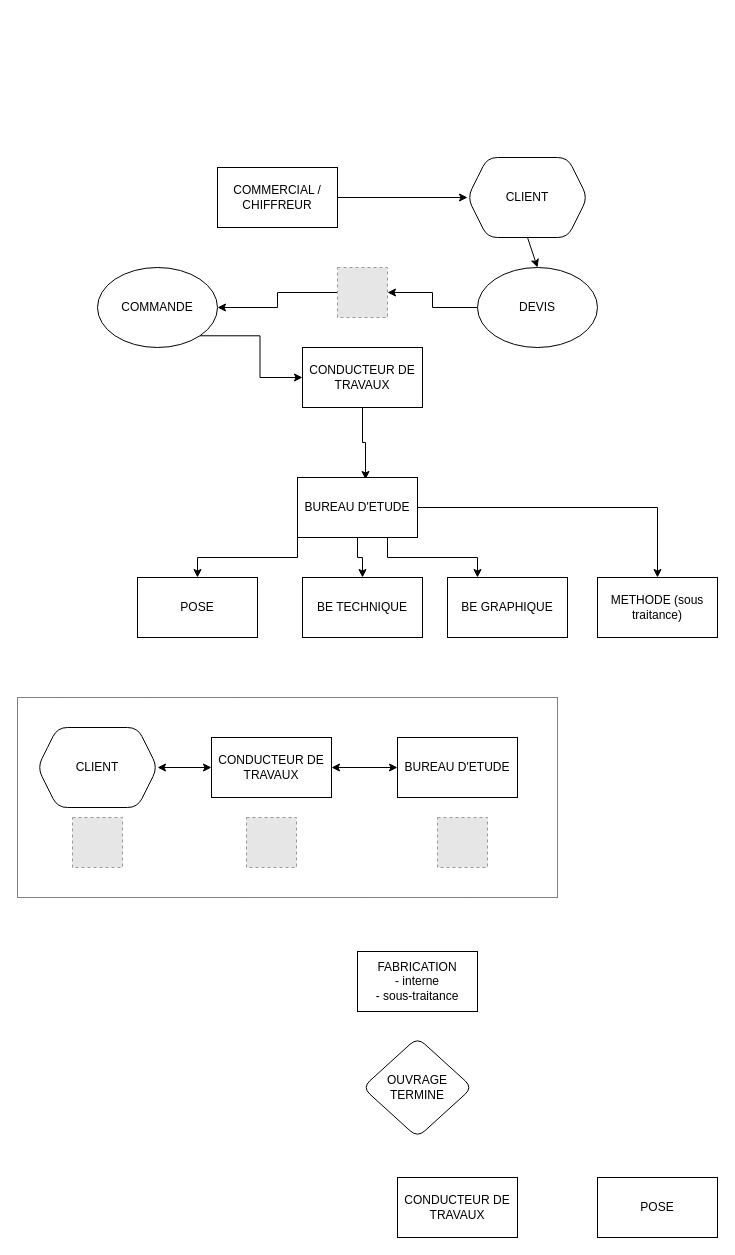
Above: app.drawio in Kajjabe/TEST (draw.io), before the change. Source tidied: cells renumbered, new cells numbered last; positions are measured from the earlier drawing's top-left corner, leaving out a move shared by most shapes. Both pictures are drawn from the tidied source at 100%, with x=0, y=0 at pixel (17, 157). Pictures stored in the file or linked from it are replaced by grey dashed boxes.
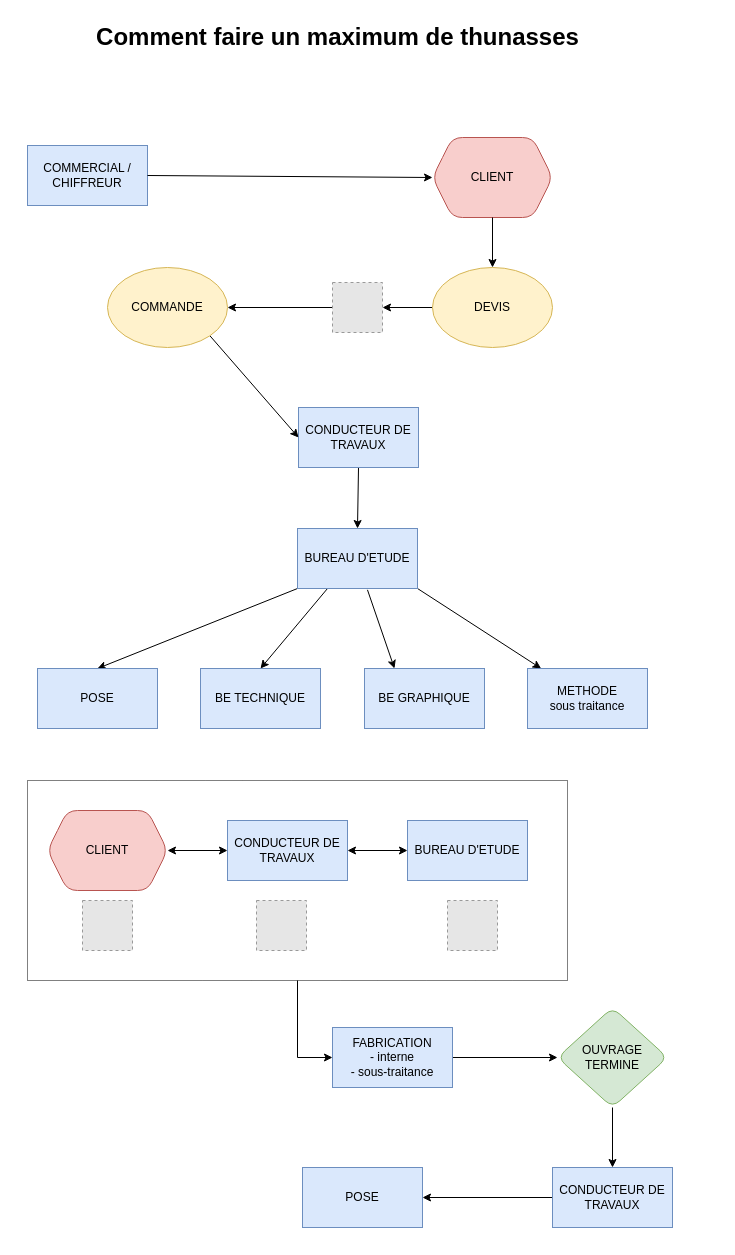
After the change.

Commit message (it also covers changes not shown here):
Mettre à jour app.drawio

What changed in the source:
```diff
@@
-    <mxCell id="2" value="COMMERCIAL / CHIFFREUR" style="rounded=0;whiteSpace=wrap;html=1;" parent="1" vertex="1">
-      <mxGeometry x="200" y="10" width="120" height="60" as="geometry" />
+    <mxCell id="2" value="COMMERCIAL / CHIFFREUR" style="rounded=0;whiteSpace=wrap;html=1;fillColor=#dae8fc;strokeColor=#6c8ebf;" parent="1" vertex="1">
+      <mxGeometry x="10" y="-12" width="120" height="60" as="geometry" />
     </mxCell>
-    <mxCell id="3" style="edgeStyle=orthogonalEdgeStyle;rounded=0;jettySize=auto;html=1;exitX=0;exitY=0.5;exitDx=0;exitDy=0;entryX=1;entryY=0.5;entryDx=0;entryDy=0;" parent="1" edge="1" source="4" target="14">
+    <mxCell id="3" style="rounded=0;jettySize=auto;html=1;exitX=0;exitY=0.5;exitDx=0;exitDy=0;entryX=1;entryY=0.5;entryDx=0;entryDy=0;" parent="1" edge="1" source="4" target="14">
       <mxGeometry relative="1" as="geometry" />
     </mxCell>
     <mxCell id="4" style="fillColor=#E6E6E6;strokeColor=#999999;dashed=1;html=1;verticalAlign=top;verticalLabelPosition=bottom;labelBackgroundColor=#ffffff;" parent="1" vertex="1">
-      <mxGeometry x="320" y="110" width="50" height="50" as="geometry" />
+      <mxGeometry x="315" y="125" width="50" height="50" as="geometry" />
     </mxCell>
-    <mxCell id="5" style="edgeStyle=orthogonalEdgeStyle;rounded=0;jettySize=auto;html=1;exitX=0.5;exitY=1;exitDx=0;exitDy=0;entryX=0.567;entryY=0.033;entryDx=0;entryDy=0;entryPerimeter=0;" parent="1" edge="1" source="6" target="11">
+    <mxCell id="5" style="edgeStyle=none;rounded=0;jettySize=auto;html=1;exitX=0.5;exitY=1;exitDx=0;exitDy=0;entryX=0.5;entryY=0;entryDx=0;entryDy=0;startArrow=none;startFill=0;endArrow=classic;endFill=1;" parent="1" edge="1" source="6" target="11">
       <mxGeometry relative="1" as="geometry" />
     </mxCell>
-    <mxCell id="6" value="CONDUCTEUR DE TRAVAUX" style="rounded=0;whiteSpace=wrap;html=1;" parent="1" vertex="1">
-      <mxGeometry x="285" y="190" width="120" height="60" as="geometry" />
+    <mxCell id="6" value="CONDUCTEUR DE TRAVAUX" style="rounded=0;whiteSpace=wrap;html=1;fillColor=#dae8fc;strokeColor=#6c8ebf;" parent="1" vertex="1">
+      <mxGeometry x="281" y="250" width="120" height="60" as="geometry" />
     </mxCell>
-    <mxCell id="7" style="edgeStyle=orthogonalEdgeStyle;rounded=0;jettySize=auto;html=1;exitX=0;exitY=1;exitDx=0;exitDy=0;entryX=0.5;entryY=0;entryDx=0;entryDy=0;" parent="1" edge="1" source="11" target="12">
+    <mxCell id="7" style="rounded=0;jettySize=auto;html=1;exitX=0;exitY=1;exitDx=0;exitDy=0;entryX=0.5;entryY=0;entryDx=0;entryDy=0;" parent="1" edge="1" source="11" target="12">
       <mxGeometry relative="1" as="geometry" />
     </mxCell>
-    <mxCell id="8" style="edgeStyle=orthogonalEdgeStyle;rounded=0;jettySize=auto;html=1;exitX=0.5;exitY=1;exitDx=0;exitDy=0;entryX=0.5;entryY=0;entryDx=0;entryDy=0;" parent="1" edge="1" source="11" target="18">
+    <mxCell id="8" style="rounded=0;jettySize=auto;html=1;exitX=0.25;exitY=1;exitDx=0;exitDy=0;entryX=0.5;entryY=0;entryDx=0;entryDy=0;" parent="1" edge="1" source="11" target="18">
       <mxGeometry relative="1" as="geometry" />
     </mxCell>
-    <mxCell id="9" style="edgeStyle=orthogonalEdgeStyle;rounded=0;jettySize=auto;html=1;exitX=0.75;exitY=1;exitDx=0;exitDy=0;entryX=0.25;entryY=0;entryDx=0;entryDy=0;" parent="1" edge="1" source="11" target="19">
+    <mxCell id="9" style="rounded=0;jettySize=auto;html=1;exitX=0.583;exitY=1.022;exitDx=0;exitDy=0;entryX=0.25;entryY=0;entryDx=0;entryDy=0;exitPerimeter=0;" parent="1" edge="1" source="11" target="19">
       <mxGeometry relative="1" as="geometry" />
     </mxCell>
-    <mxCell id="10" style="edgeStyle=orthogonalEdgeStyle;rounded=0;jettySize=auto;html=1;exitX=1;exitY=0.5;exitDx=0;exitDy=0;" parent="1" edge="1" source="11" target="20">
+    <mxCell id="10" style="rounded=0;jettySize=auto;html=1;exitX=1;exitY=1;exitDx=0;exitDy=0;" parent="1" edge="1" source="11" target="20">
       <mxGeometry relative="1" as="geometry" />
     </mxCell>
-    <mxCell id="11" value="BUREAU D'ETUDE" style="rounded=0;whiteSpace=wrap;html=1;" parent="1" vertex="1">
-      <mxGeometry x="280" y="320" width="120" height="60" as="geometry" />
+    <mxCell id="11" value="BUREAU D'ETUDE" style="rounded=0;whiteSpace=wrap;html=1;fillColor=#dae8fc;strokeColor=#6c8ebf;" parent="1" vertex="1">
+      <mxGeometry x="280" y="371" width="120" height="60" as="geometry" />
     </mxCell>
-    <mxCell id="12" value="POSE" style="rounded=0;whiteSpace=wrap;html=1;" parent="1" vertex="1">
-      <mxGeometry x="120" y="420" width="120" height="60" as="geometry" />
+    <mxCell id="12" value="POSE" style="rounded=0;whiteSpace=wrap;html=1;fillColor=#dae8fc;strokeColor=#6c8ebf;" parent="1" vertex="1">
+      <mxGeometry x="20" y="511" width="120" height="60" as="geometry" />
     </mxCell>
-    <mxCell id="13" style="edgeStyle=orthogonalEdgeStyle;rounded=0;jettySize=auto;html=1;exitX=1;exitY=1;exitDx=0;exitDy=0;entryX=0;entryY=0.5;entryDx=0;entryDy=0;" parent="1" edge="1" source="14" target="6">
+    <mxCell id="13" style="rounded=0;jettySize=auto;html=1;exitX=1;exitY=1;exitDx=0;exitDy=0;entryX=0;entryY=0.5;entryDx=0;entryDy=0;" parent="1" edge="1" source="14" target="6">
       <mxGeometry relative="1" as="geometry" />
     </mxCell>
-    <mxCell id="14" value="COMMANDE" style="ellipse;whiteSpace=wrap;html=1;rounded=1;glass=0;labelBorderColor=none;" parent="1" vertex="1">
-      <mxGeometry x="80" y="110" width="120" height="80" as="geometry" />
+    <mxCell id="14" value="COMMANDE" style="ellipse;whiteSpace=wrap;html=1;rounded=1;glass=0;labelBorderColor=none;fillColor=#fff2cc;strokeColor=#d6b656;" parent="1" vertex="1">
+      <mxGeometry x="90" y="110" width="120" height="80" as="geometry" />
     </mxCell>
-    <mxCell id="15" style="edgeStyle=orthogonalEdgeStyle;rounded=0;jettySize=auto;html=1;exitX=0;exitY=0.5;exitDx=0;exitDy=0;" parent="1" edge="1" source="16" target="4">
+    <mxCell id="15" style="rounded=0;jettySize=auto;html=1;exitX=0;exitY=0.5;exitDx=0;exitDy=0;" parent="1" edge="1" source="16" target="4">
       <mxGeometry relative="1" as="geometry" />
     </mxCell>
-    <mxCell id="16" value="DEVIS" style="ellipse;whiteSpace=wrap;html=1;rounded=1;glass=0;labelBorderColor=none;" parent="1" vertex="1">
-      <mxGeometry x="460" y="110" width="120" height="80" as="geometry" />
+    <mxCell id="16" value="DEVIS" style="ellipse;whiteSpace=wrap;html=1;rounded=1;glass=0;labelBorderColor=none;fillColor=#fff2cc;strokeColor=#d6b656;" parent="1" vertex="1">
+      <mxGeometry x="415" y="110" width="120" height="80" as="geometry" />
     </mxCell>
-    <mxCell id="17" value="CLIENT" style="shape=hexagon;perimeter=hexagonPerimeter2;whiteSpace=wrap;html=1;fixedSize=1;rounded=1;glass=0;labelBorderColor=none;" parent="1" vertex="1">
-      <mxGeometry x="450" width="120" height="80" as="geometry" />
+    <mxCell id="17" value="CLIENT" style="shape=hexagon;perimeter=hexagonPerimeter2;whiteSpace=wrap;html=1;fixedSize=1;rounded=1;glass=0;labelBorderColor=none;fillColor=#f8cecc;strokeColor=#b85450;" parent="1" vertex="1">
+      <mxGeometry x="415" y="-20" width="120" height="80" as="geometry" />
     </mxCell>
-    <mxCell id="18" value="BE TECHNIQUE" style="rounded=0;whiteSpace=wrap;html=1;" parent="1" vertex="1">
-      <mxGeometry x="285" y="420" width="120" height="60" as="geometry" />
+    <mxCell id="18" value="BE TECHNIQUE" style="rounded=0;whiteSpace=wrap;html=1;fillColor=#dae8fc;strokeColor=#6c8ebf;" parent="1" vertex="1">
+      <mxGeometry x="183" y="511" width="120" height="60" as="geometry" />
     </mxCell>
-    <mxCell id="19" value="BE GRAPHIQUE" style="rounded=0;whiteSpace=wrap;html=1;" parent="1" vertex="1">
-      <mxGeometry x="430" y="420" width="120" height="60" as="geometry" />
+    <mxCell id="19" value="BE GRAPHIQUE" style="rounded=0;whiteSpace=wrap;html=1;fillColor=#dae8fc;strokeColor=#6c8ebf;" parent="1" vertex="1">
+      <mxGeometry x="347" y="511" width="120" height="60" as="geometry" />
     </mxCell>
-    <mxCell id="20" value="METHODE (sous traitance)" style="rounded=0;whiteSpace=wrap;html=1;" parent="1" vertex="1">
-      <mxGeometry x="580" y="420" width="120" height="60" as="geometry" />
+    <mxCell id="20" value="METHODE &lt;br&gt;sous traitance" style="rounded=0;whiteSpace=wrap;html=1;fillColor=#dae8fc;strokeColor=#6c8ebf;" parent="1" vertex="1">
+      <mxGeometry x="510" y="511" width="120" height="60" as="geometry" />
     </mxCell>
     <mxCell id="21" style="swimlane;startSize=0;rounded=1;glass=0;labelBorderColor=none;html=0;dashed=1;dashPattern=1 1;" parent="1" vertex="1">
-      <mxGeometry y="540" width="540" height="200" as="geometry" />
+      <mxGeometry x="10" y="623" width="540" height="200" as="geometry" />
     </mxCell>
-    <mxCell id="22" value="CLIENT" style="shape=hexagon;perimeter=hexagonPerimeter2;whiteSpace=wrap;html=1;fixedSize=1;rounded=1;glass=0;labelBorderColor=none;" parent="21" vertex="1">
+    <mxCell id="22" value="CLIENT" style="shape=hexagon;perimeter=hexagonPerimeter2;whiteSpace=wrap;html=1;fixedSize=1;rounded=1;glass=0;labelBorderColor=none;fillColor=#f8cecc;strokeColor=#b85450;" parent="21" vertex="1">
       <mxGeometry x="20" y="30" width="120" height="80" as="geometry" />
     </mxCell>
@@
-    <mxCell id="25" value="CONDUCTEUR DE TRAVAUX" style="rounded=0;whiteSpace=wrap;html=1;" parent="21" vertex="1">
-      <mxGeometry x="194" y="40" width="120" height="60" as="geometry" />
+    <mxCell id="25" value="CONDUCTEUR DE TRAVAUX" style="rounded=0;whiteSpace=wrap;html=1;fillColor=#dae8fc;strokeColor=#6c8ebf;" parent="21" vertex="1">
+      <mxGeometry x="200" y="40" width="120" height="60" as="geometry" />
     </mxCell>
-    <mxCell id="26" value="BUREAU D'ETUDE" style="rounded=0;whiteSpace=wrap;html=1;" parent="21" vertex="1">
+    <mxCell id="26" value="BUREAU D'ETUDE" style="rounded=0;whiteSpace=wrap;html=1;fillColor=#dae8fc;strokeColor=#6c8ebf;" parent="21" vertex="1">
       <mxGeometry x="380" y="40" width="120" height="60" as="geometry" />
     </mxCell>
@@
+    <mxCell id="36" style="edgeStyle=none;rounded=0;jettySize=auto;html=1;exitX=0;exitY=0.5;exitDx=0;exitDy=0;entryX=1;entryY=0.5;entryDx=0;entryDy=0;startArrow=none;startFill=0;endArrow=classic;endFill=1;" parent="1" edge="1" source="30" target="31">
+      <mxGeometry relative="1" as="geometry" />
+    </mxCell>
-    <mxCell id="30" value="CONDUCTEUR DE TRAVAUX" style="rounded=0;whiteSpace=wrap;html=1;" parent="1" vertex="1">
-      <mxGeometry x="380" y="1020" width="120" height="60" as="geometry" />
+    <mxCell id="30" value="CONDUCTEUR DE TRAVAUX" style="rounded=0;whiteSpace=wrap;html=1;fillColor=#dae8fc;strokeColor=#6c8ebf;" parent="1" vertex="1">
+      <mxGeometry x="535" y="1010" width="120" height="60" as="geometry" />
     </mxCell>
-    <mxCell id="31" value="POSE" style="rounded=0;whiteSpace=wrap;html=1;" parent="1" vertex="1">
-      <mxGeometry x="580" y="1020" width="120" height="60" as="geometry" />
+    <mxCell id="31" value="POSE" style="rounded=0;whiteSpace=wrap;html=1;fillColor=#dae8fc;strokeColor=#6c8ebf;" parent="1" vertex="1">
+      <mxGeometry x="285" y="1010" width="120" height="60" as="geometry" />
     </mxCell>
+    <mxCell id="37" style="edgeStyle=none;rounded=0;jettySize=auto;html=1;exitX=1;exitY=0.5;exitDx=0;exitDy=0;entryX=0;entryY=0.5;entryDx=0;entryDy=0;startArrow=none;startFill=0;endArrow=classic;endFill=1;" parent="1" edge="1" source="32" target="33">
+      <mxGeometry relative="1" as="geometry" />
+    </mxCell>
-    <mxCell id="32" value="FABRICATION&lt;br&gt;- interne&lt;br&gt;- sous-traitance" style="rounded=0;whiteSpace=wrap;html=1;" parent="1" vertex="1">
-      <mxGeometry x="340" y="794" width="120" height="60" as="geometry" />
+    <mxCell id="32" value="FABRICATION&lt;br&gt;- interne&lt;br&gt;- sous-traitance" style="rounded=0;whiteSpace=wrap;html=1;fillColor=#dae8fc;strokeColor=#6c8ebf;" parent="1" vertex="1">
+      <mxGeometry x="315" y="870" width="120" height="60" as="geometry" />
     </mxCell>
+    <mxCell id="38" style="edgeStyle=none;rounded=0;jettySize=auto;html=1;exitX=0.5;exitY=1;exitDx=0;exitDy=0;entryX=0.5;entryY=0;entryDx=0;entryDy=0;startArrow=none;startFill=0;endArrow=classic;endFill=1;" parent="1" edge="1" source="33" target="30">
+      <mxGeometry relative="1" as="geometry" />
+    </mxCell>
-    <mxCell id="33" value="OUVRAGE TERMINE" style="rhombus;whiteSpace=wrap;html=1;rounded=1;glass=0;labelBorderColor=none;" parent="1" vertex="1">
-      <mxGeometry x="345" y="880" width="110" height="100" as="geometry" />
+    <mxCell id="33" value="OUVRAGE TERMINE" style="rhombus;whiteSpace=wrap;html=1;rounded=1;glass=0;labelBorderColor=none;fillColor=#d5e8d4;strokeColor=#82b366;" parent="1" vertex="1">
+      <mxGeometry x="540" y="850" width="110" height="100" as="geometry" />
     </mxCell>
@@
+    <mxCell id="39" style="edgeStyle=segmentEdgeStyle;endArrow=classic;html=1;rounded=0;entryX=0;entryY=0.5;entryDx=0;entryDy=0;" parent="1" edge="1" source="21" target="32">
+      <mxGeometry relative="1" as="geometry">
+        <Array as="points">
+          <mxPoint x="280" y="900" />
+        </Array>
+      </mxGeometry>
+    </mxCell>
+    <mxCell id="40" value="Comment faire un maximum de thunasses" style="text;html=1;fontSize=24;fontStyle=1;verticalAlign=middle;align=center;rounded=1;glass=0;dashed=1;dashPattern=1 1;labelBorderColor=none;" parent="1" vertex="1">
+      <mxGeometry x="270" y="-140" width="100" height="40" as="geometry" />
+    </mxCell>
```
